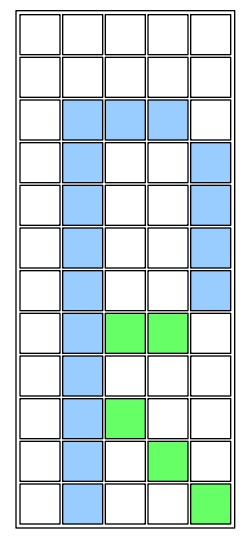
This is Proyecto1/Imagen.png from Eduardo01004/EDD_2S2019_PY1_201612124, a Graphviz export, as it was before one commit. Its source is kept beside it as Proyecto1/Imagen.dot.
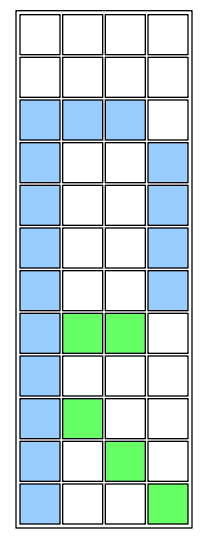
Above is the later version.

What changed in the source:
```diff
@@ -2,7 +2,6 @@
  node [shape=plaintext];
 struct1 [label=< <TABLE border="1">
 <TR>
-<TD WIDTH="30" HEIGHT="30" BORDER="1" BGCOLOR=" #ffffff "></TD>
 <TD WIDTH="30" HEIGHT="30" BORDER="1" BGCOLOR=" #ffffff "></TD>
 <TD WIDTH="30" HEIGHT="30" BORDER="1" BGCOLOR=" #ffffff "></TD>
 <TD WIDTH="30" HEIGHT="30" BORDER="1" BGCOLOR=" #ffffff "></TD>
@@ -13,73 +12,62 @@
 <TD WIDTH="30" HEIGHT="30" BORDER="1" BGCOLOR=" #ffffff "></TD>
 <TD WIDTH="30" HEIGHT="30" BORDER="1" BGCOLOR=" #ffffff "></TD>
 <TD WIDTH="30" HEIGHT="30" BORDER="1" BGCOLOR=" #ffffff "></TD>
-<TD WIDTH="30" HEIGHT="30" BORDER="1" BGCOLOR=" #ffffff "></TD>
 </TR>
 <TR>
-<TD WIDTH="30" HEIGHT="30" BORDER="1" BGCOLOR=" #ffffff "></TD>
 <TD WIDTH="30" HEIGHT="30" BORDER="1" BGCOLOR=" #99CCFF "></TD>
 <TD WIDTH="30" HEIGHT="30" BORDER="1" BGCOLOR=" #99CCFF "></TD>
 <TD WIDTH="30" HEIGHT="30" BORDER="1" BGCOLOR=" #99CCFF "></TD>
 <TD WIDTH="30" HEIGHT="30" BORDER="1" BGCOLOR=" #ffffff "></TD>
 </TR>
 <TR>
-<TD WIDTH="30" HEIGHT="30" BORDER="1" BGCOLOR=" #ffffff "></TD>
 <TD WIDTH="30" HEIGHT="30" BORDER="1" BGCOLOR=" #99CCFF "></TD>
 <TD WIDTH="30" HEIGHT="30" BORDER="1" BGCOLOR=" #ffffff "></TD>
 <TD WIDTH="30" HEIGHT="30" BORDER="1" BGCOLOR=" #ffffff "></TD>
 <TD WIDTH="30" HEIGHT="30" BORDER="1" BGCOLOR=" #99CCFF "></TD>
 </TR>
 <TR>
-<TD WIDTH="30" HEIGHT="30" BORDER="1" BGCOLOR=" #ffffff "></TD>
 <TD WIDTH="30" HEIGHT="30" BORDER="1" BGCOLOR=" #99CCFF "></TD>
 <TD WIDTH="30" HEIGHT="30" BORDER="1" BGCOLOR=" #ffffff "></TD>
 <TD WIDTH="30" HEIGHT="30" BORDER="1" BGCOLOR=" #ffffff "></TD>
 <TD WIDTH="30" HEIGHT="30" BORDER="1" BGCOLOR=" #99CCFF "></TD>
 </TR>
 <TR>
-<TD WIDTH="30" HEIGHT="30" BORDER="1" BGCOLOR=" #ffffff "></TD>
 <TD WIDTH="30" HEIGHT="30" BORDER="1" BGCOLOR=" #99CCFF "></TD>
 <TD WIDTH="30" HEIGHT="30" BORDER="1" BGCOLOR=" #ffffff "></TD>
 <TD WIDTH="30" HEIGHT="30" BORDER="1" BGCOLOR=" #ffffff "></TD>
 <TD WIDTH="30" HEIGHT="30" BORDER="1" BGCOLOR=" #99CCFF "></TD>
 </TR>
 <TR>
-<TD WIDTH="30" HEIGHT="30" BORDER="1" BGCOLOR=" #ffffff "></TD>
 <TD WIDTH="30" HEIGHT="30" BORDER="1" BGCOLOR=" #99CCFF "></TD>
 <TD WIDTH="30" HEIGHT="30" BORDER="1" BGCOLOR=" #ffffff "></TD>
 <TD WIDTH="30" HEIGHT="30" BORDER="1" BGCOLOR=" #ffffff "></TD>
 <TD WIDTH="30" HEIGHT="30" BORDER="1" BGCOLOR=" #99CCFF "></TD>
 </TR>
 <TR>
-<TD WIDTH="30" HEIGHT="30" BORDER="1" BGCOLOR=" #ffffff "></TD>
 <TD WIDTH="30" HEIGHT="30" BORDER="1" BGCOLOR=" #99CCFF "></TD>
 <TD WIDTH="30" HEIGHT="30" BORDER="1" BGCOLOR=" #66FF66 "></TD>
 <TD WIDTH="30" HEIGHT="30" BORDER="1" BGCOLOR=" #66FF66 "></TD>
 <TD WIDTH="30" HEIGHT="30" BORDER="1" BGCOLOR=" #ffffff "></TD>
 </TR>
 <TR>
-<TD WIDTH="30" HEIGHT="30" BORDER="1" BGCOLOR=" #ffffff "></TD>
 <TD WIDTH="30" HEIGHT="30" BORDER="1" BGCOLOR=" #99CCFF "></TD>
 <TD WIDTH="30" HEIGHT="30" BORDER="1" BGCOLOR=" #ffffff "></TD>
 <TD WIDTH="30" HEIGHT="30" BORDER="1" BGCOLOR=" #ffffff "></TD>
 <TD WIDTH="30" HEIGHT="30" BORDER="1" BGCOLOR=" #ffffff "></TD>
 </TR>
 <TR>
-<TD WIDTH="30" HEIGHT="30" BORDER="1" BGCOLOR=" #ffffff "></TD>
 <TD WIDTH="30" HEIGHT="30" BORDER="1" BGCOLOR=" #99CCFF "></TD>
 <TD WIDTH="30" HEIGHT="30" BORDER="1" BGCOLOR=" #66FF66 "></TD>
 <TD WIDTH="30" HEIGHT="30" BORDER="1" BGCOLOR=" #ffffff "></TD>
 <TD WIDTH="30" HEIGHT="30" BORDER="1" BGCOLOR=" #ffffff "></TD>
 </TR>
 <TR>
-<TD WIDTH="30" HEIGHT="30" BORDER="1" BGCOLOR=" #ffffff "></TD>
 <TD WIDTH="30" HEIGHT="30" BORDER="1" BGCOLOR=" #99CCFF "></TD>
 <TD WIDTH="30" HEIGHT="30" BORDER="1" BGCOLOR=" #ffffff "></TD>
 <TD WIDTH="30" HEIGHT="30" BORDER="1" BGCOLOR=" #66FF66 "></TD>
 <TD WIDTH="30" HEIGHT="30" BORDER="1" BGCOLOR=" #ffffff "></TD>
 </TR>
 <TR>
-<TD WIDTH="30" HEIGHT="30" BORDER="1" BGCOLOR=" #ffffff "></TD>
 <TD WIDTH="30" HEIGHT="30" BORDER="1" BGCOLOR=" #99CCFF "></TD>
 <TD WIDTH="30" HEIGHT="30" BORDER="1" BGCOLOR=" #ffffff "></TD>
 <TD WIDTH="30" HEIGHT="30" BORDER="1" BGCOLOR=" #ffffff "></TD>
```
